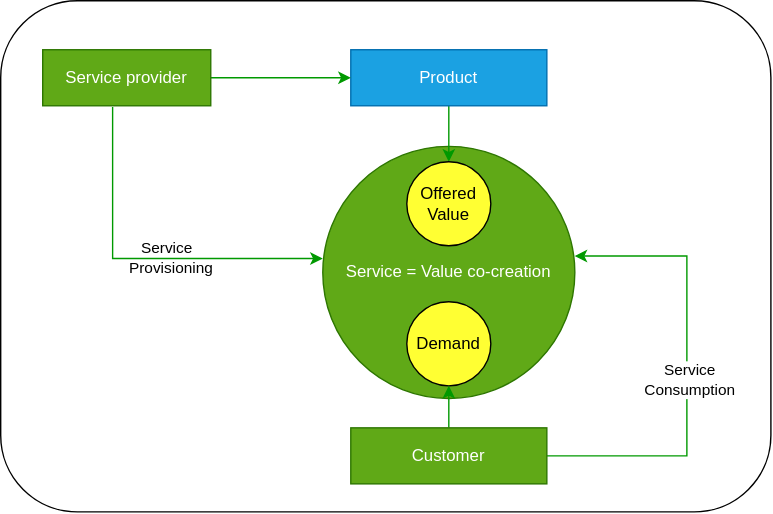
Above: Images/ITIL_ProductandService.svg in EnProxima/Experience (draw.io), before the change. Source tidied: cells renumbered, new cells last; positions are measured from the earlier drawing's top-left corner, leaving out a move shared by most shapes.
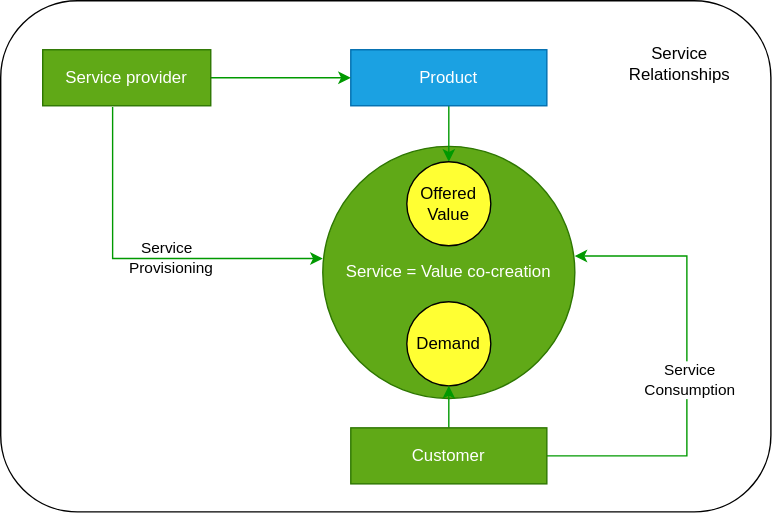
Above is the later version.

The edit, as a diff of the source:
```diff
@@ -46,5 +46,8 @@
     <mxCell id="14" value="Service provider" style="rounded=0;whiteSpace=wrap;html=1;labelBackgroundColor=none;fillColor=#60a917;strokeColor=#2D7600;fontColor=#ffffff;" parent="1" vertex="1">
       <mxGeometry x="30" y="35" width="120" height="40" as="geometry" />
     </mxCell>
+    <mxCell id="15" value="Service Relationships" style="text;html=1;strokeColor=none;fillColor=none;align=center;verticalAlign=middle;whiteSpace=wrap;rounded=0;labelBackgroundColor=none;" parent="1" vertex="1">
+      <mxGeometry x="450" y="35" width="70" height="20" as="geometry" />
+    </mxCell>
   </root>
 </mxGraphModel>
```
